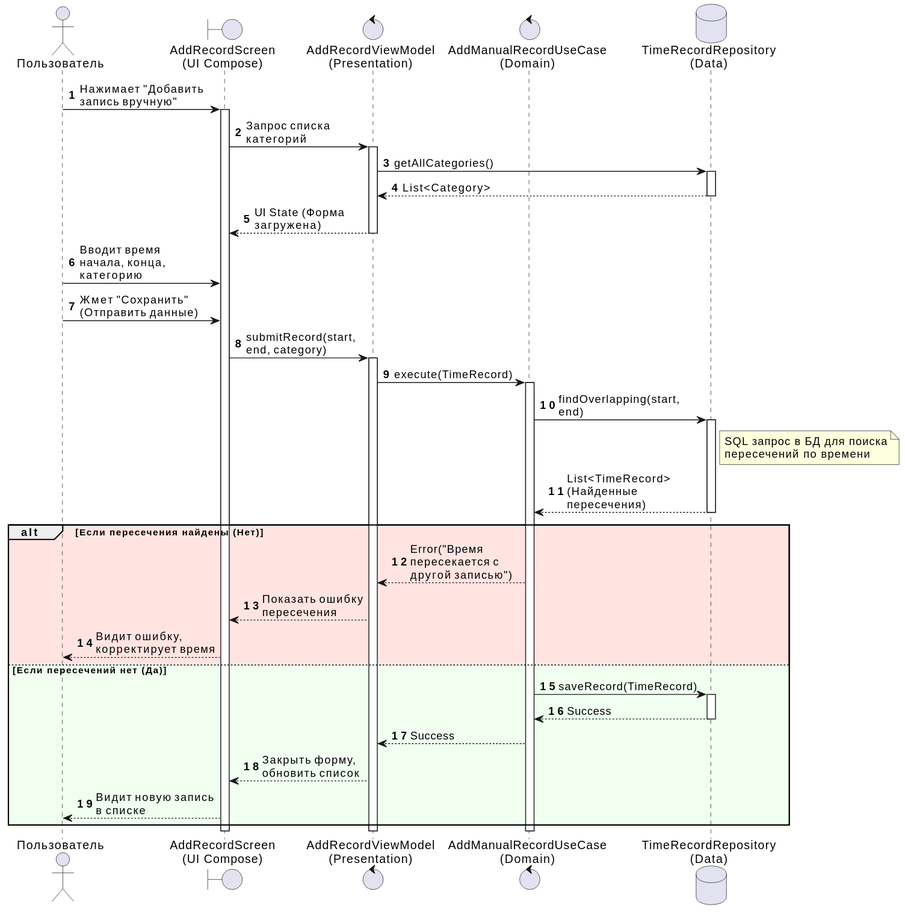
Above: docs/seq_addtask.svg in da-fuu/IU7_7sem_Web (PlantUML), before the change. Source of this version:
```plantuml
@startuml
autonumber
skinparam maxMessageSize 150
skinparam ParticipantPadding 20

actor "Пользователь" as user
boundary "AddRecordScreen\n(UI Compose)" as ui
control "AddRecordViewModel\n(Presentation)" as vm
control "AddManualRecordUseCase\n(Domain)" as uc
database "TimeRecordRepository\n(Data)" as repo

user -> ui : Нажимает "Добавить запись вручную"
activate ui

ui -> vm : Запрос списка категорий
activate vm
vm -> repo : getAllCategories()
activate repo
repo --> vm : List<Category>
deactivate repo
vm --> ui : UI State (Форма загружена)
deactivate vm

user -> ui : Вводит время начала, конца, категорию
user -> ui : Жмет "Сохранить" (Отправить данные)

ui -> vm : submitRecord(start, end, category)
activate vm

vm -> uc : execute(TimeRecord)
activate uc

uc -> repo : findOverlapping(start, end)
activate repo
note right of repo: SQL запрос в БД для поиска\nпересечений по времени
repo --> uc : List<TimeRecord> (Найденные пересечения)
deactivate repo

alt #mistyrose Если пересечения найдены (Нет)
    uc --> vm : Error("Время пересекается с другой записью")
    vm --> ui : Показать ошибку пересечения
    ui --> user : Видит ошибку, корректирует время
else #honeydew Если пересечений нет (Да)
    uc -> repo : saveRecord(TimeRecord)
    activate repo
    repo --> uc : Success
    deactivate repo
    uc --> vm : Success
    vm --> ui : Закрыть форму, обновить список
    ui --> user : Видит новую запись в списке
end

deactivate uc
deactivate vm
deactivate ui
@enduml
```
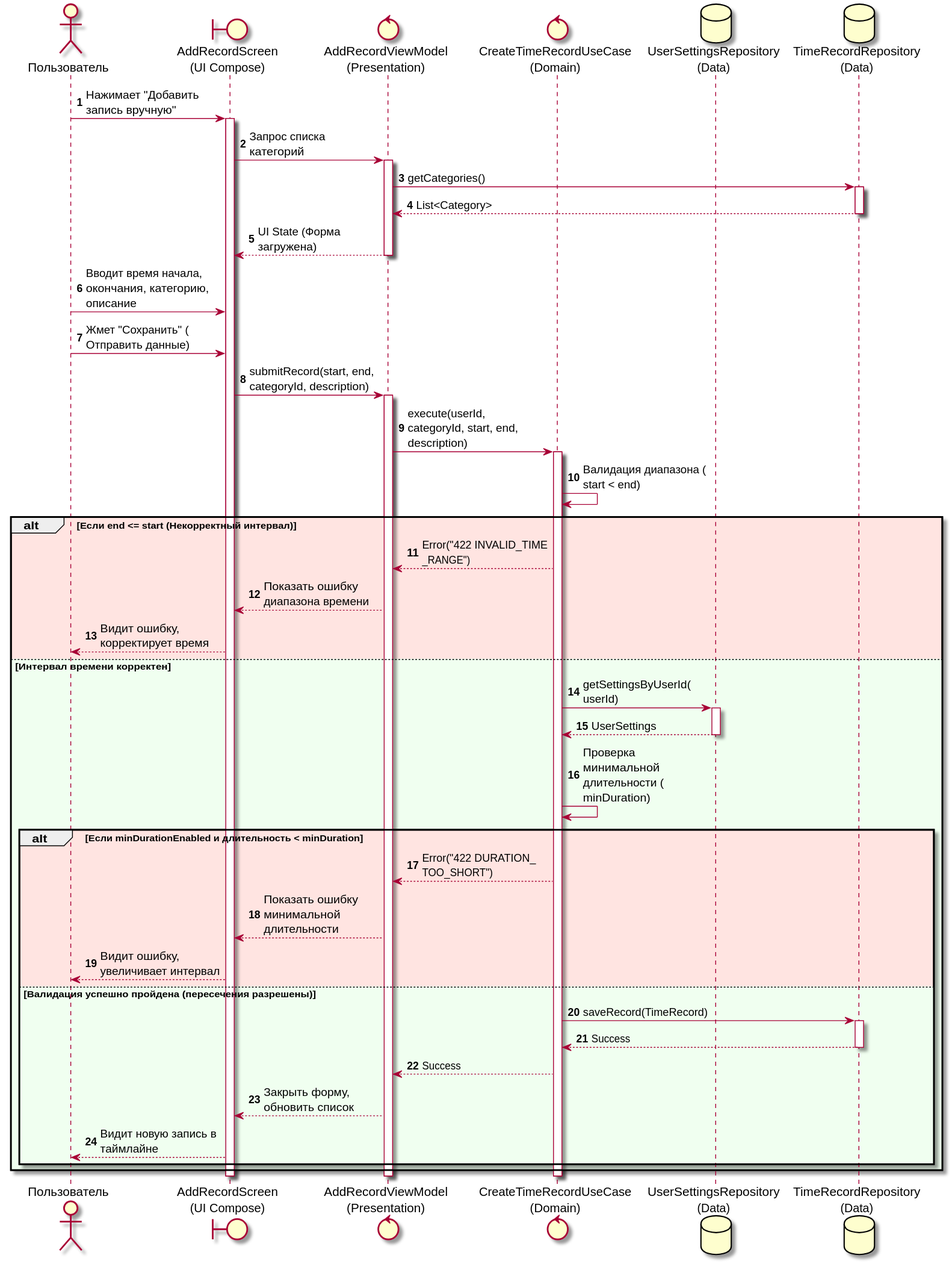
After the change.

Change to the diagram source:
```diff
@@ -6,7 +6,8 @@
 actor "Пользователь" as user
 boundary "AddRecordScreen\n(UI Compose)" as ui
 control "AddRecordViewModel\n(Presentation)" as vm
-control "AddManualRecordUseCase\n(Domain)" as uc
+control "CreateTimeRecordUseCase\n(Domain)" as uc
+database "UserSettingsRepository\n(Data)" as settingsRepo
 database "TimeRecordRepository\n(Data)" as repo
 
 user -> ui : Нажимает "Добавить запись вручную"
@@ -14,40 +15,47 @@
 
 ui -> vm : Запрос списка категорий
 activate vm
-vm -> repo : getAllCategories()
+vm -> repo : getCategories()
 activate repo
 repo --> vm : List<Category>
 deactivate repo
 vm --> ui : UI State (Форма загружена)
 deactivate vm
 
-user -> ui : Вводит время начала, конца, категорию
+user -> ui : Вводит время начала, окончания, категорию, описание
 user -> ui : Жмет "Сохранить" (Отправить данные)
 
-ui -> vm : submitRecord(start, end, category)
+ui -> vm : submitRecord(start, end, categoryId, description)
 activate vm
 
-vm -> uc : execute(TimeRecord)
+vm -> uc : execute(userId, categoryId, start, end, description)
 activate uc
 
-uc -> repo : findOverlapping(start, end)
-activate repo
-note right of repo: SQL запрос в БД для поиска\nпересечений по времени
-repo --> uc : List<TimeRecord> (Найденные пересечения)
-deactivate repo
+uc -> uc : Валидация диапазона (start < end)
+alt #mistyrose Если end <= start (Некорректный интервал)
+    uc --> vm : Error("422 INVALID_TIME_RANGE")
+    vm --> ui : Показать ошибку диапазона времени
+    ui --> user : Видит ошибку, корректирует время
+else #honeydew Интервал времени корректен
+    uc -> settingsRepo : getSettingsByUserId(userId)
+    activate settingsRepo
+    settingsRepo --> uc : UserSettings
+    deactivate settingsRepo
 
-alt #mistyrose Если пересечения найдены (Нет)
-    uc --> vm : Error("Время пересекается с другой записью")
-    vm --> ui : Показать ошибку пересечения
-    ui --> user : Видит ошибку, корректирует время
-else #honeydew Если пересечений нет (Да)
-    uc -> repo : saveRecord(TimeRecord)
-    activate repo
-    repo --> uc : Success
-    deactivate repo
-    uc --> vm : Success
-    vm --> ui : Закрыть форму, обновить список
-    ui --> user : Видит новую запись в списке
+    uc -> uc : Проверка минимальной длительности (minDuration)
+    alt #mistyrose Если minDurationEnabled и длительность < minDuration
+        uc --> vm : Error("422 DURATION_TOO_SHORT")
+        vm --> ui : Показать ошибку минимальной длительности
+        ui --> user : Видит ошибку, увеличивает интервал
+    else #honeydew Валидация успешно пройдена (пересечения разрешены)
+        uc -> repo : saveRecord(TimeRecord)
+        activate repo
+        repo --> uc : Success
+        deactivate repo
+        uc --> vm : Success
+        vm --> ui : Закрыть форму, обновить список
+        ui --> user : Видит новую запись в таймлайне
+    end
 end
 
 deactivate uc
```
